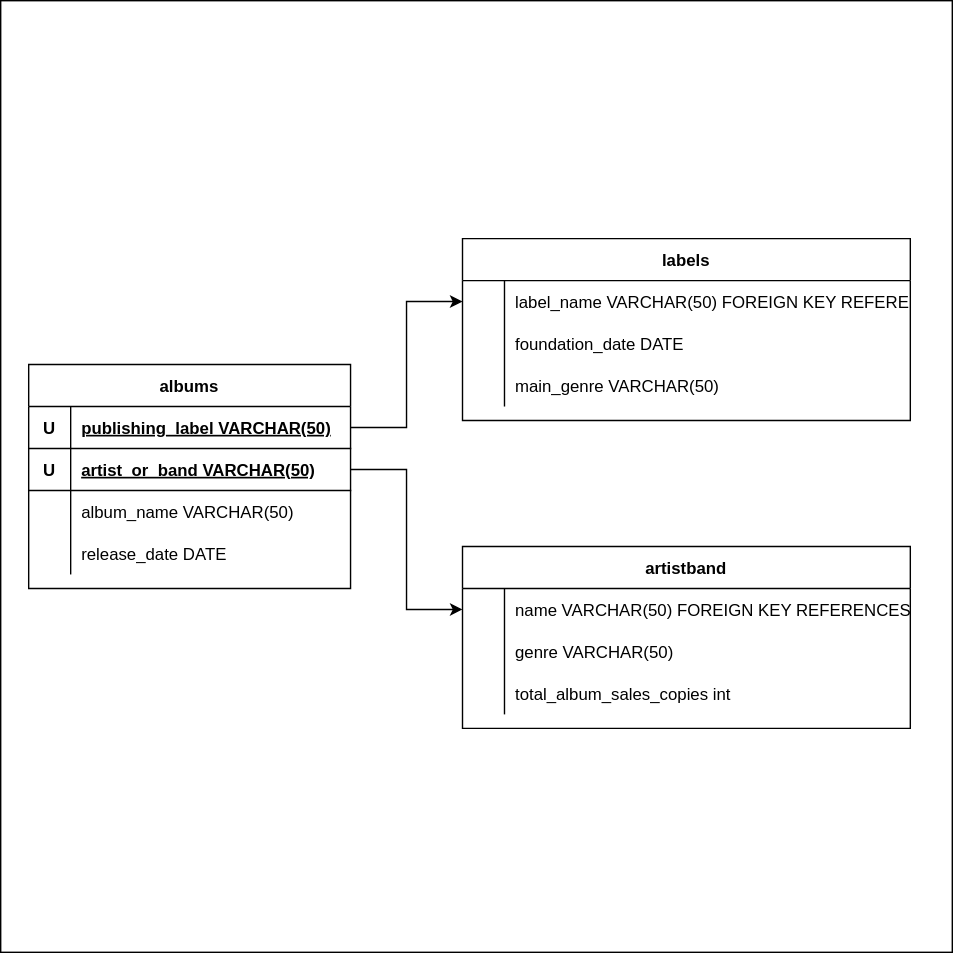
This is Planning.svg from obedlaws/SQL-My-Some-Of-My-Albums, a draw.io export, as it was before one commit. Source tidied: cells renumbered, new cells last; positions are measured from the earlier drawing's top-left corner, leaving out a move shared by most shapes. Its diagram source:
```xml
<mxGraphModel>
  <root>
    <mxCell id="0" />
    <mxCell id="1" parent="0" />
    <mxCell id="2" style="whiteSpace=wrap;html=1;" parent="1" vertex="1">
      <mxGeometry width="680" height="680" as="geometry" />
    </mxCell>
    <mxCell id="3" value="albums" style="shape=table;startSize=30;rowLines=0;fontStyle=1;align=center;" parent="1" vertex="1">
      <mxGeometry x="20" y="260" width="230" height="160" as="geometry" />
    </mxCell>
    <mxCell id="4" style="shape=tableRow;horizontal=0;startSize=0;swimlaneHead=0;swimlaneBody=0;fillColor=none;points=[[0,0.5],[1,0.5]];portConstraint=eastwest;top=0;left=0;right=0;bottom=1;" parent="3" vertex="1">
      <mxGeometry y="30" width="230" height="30" as="geometry" />
    </mxCell>
    <mxCell id="5" value="U" style="shape=partialRectangle;overflow=hidden;fillColor=none;top=0;left=0;bottom=0;right=0;fontStyle=1;" parent="4" vertex="1">
      <mxGeometry width="30" height="30" as="geometry" />
    </mxCell>
    <mxCell id="6" value="publishing_label VARCHAR(50)" style="shape=partialRectangle;overflow=hidden;fillColor=none;align=left;top=0;left=0;bottom=0;right=0;spacingLeft=6;fontStyle=5;" parent="4" vertex="1">
      <mxGeometry x="30" width="200" height="30" as="geometry" />
    </mxCell>
    <mxCell id="7" style="shape=tableRow;horizontal=0;startSize=0;swimlaneHead=0;swimlaneBody=0;fillColor=none;points=[[0,0.5],[1,0.5]];portConstraint=eastwest;top=0;left=0;right=0;bottom=1;" parent="3" vertex="1">
      <mxGeometry y="60" width="230" height="30" as="geometry" />
    </mxCell>
    <mxCell id="8" value="U" style="shape=partialRectangle;overflow=hidden;fillColor=none;top=0;left=0;bottom=0;right=0;fontStyle=1;" parent="7" vertex="1">
      <mxGeometry width="30" height="30" as="geometry" />
    </mxCell>
    <mxCell id="9" value="artist_or_band VARCHAR(50) " style="shape=partialRectangle;overflow=hidden;fillColor=none;align=left;top=0;left=0;bottom=0;right=0;spacingLeft=6;fontStyle=5;" parent="7" vertex="1">
      <mxGeometry x="30" width="200" height="30" as="geometry" />
    </mxCell>
    <mxCell id="10" style="shape=tableRow;horizontal=0;startSize=0;swimlaneHead=0;swimlaneBody=0;fillColor=none;top=0;left=0;right=0;bottom=0;" parent="3" vertex="1">
      <mxGeometry y="90" width="230" height="30" as="geometry" />
    </mxCell>
    <mxCell id="11" style="shape=partialRectangle;overflow=hidden;fillColor=none;top=0;left=0;bottom=0;right=0;" parent="10" vertex="1">
      <mxGeometry width="30" height="30" as="geometry" />
    </mxCell>
    <mxCell id="12" value="album_name VARCHAR(50)" style="shape=partialRectangle;overflow=hidden;fillColor=none;align=left;top=0;left=0;bottom=0;right=0;spacingLeft=6;" parent="10" vertex="1">
      <mxGeometry x="30" width="200" height="30" as="geometry" />
    </mxCell>
    <mxCell id="13" style="shape=tableRow;horizontal=0;startSize=0;swimlaneHead=0;swimlaneBody=0;fillColor=none;top=0;left=0;right=0;bottom=0;" parent="3" vertex="1">
      <mxGeometry y="120" width="230" height="30" as="geometry" />
    </mxCell>
    <mxCell id="14" style="shape=partialRectangle;overflow=hidden;fillColor=none;top=0;left=0;bottom=0;right=0;" parent="13" vertex="1">
      <mxGeometry width="30" height="30" as="geometry" />
    </mxCell>
    <mxCell id="15" value="release_date DATE" style="shape=partialRectangle;overflow=hidden;fillColor=none;align=left;top=0;left=0;bottom=0;right=0;spacingLeft=6;" parent="13" vertex="1">
      <mxGeometry x="30" width="200" height="30" as="geometry" />
    </mxCell>
    <mxCell id="16" value="labels" style="shape=table;startSize=30;rowLines=0;fontStyle=1;align=center;" parent="1" vertex="1">
      <mxGeometry x="330" y="170" width="320" height="130" as="geometry" />
    </mxCell>
    <mxCell id="17" style="shape=tableRow;horizontal=0;startSize=0;swimlaneHead=0;swimlaneBody=0;fillColor=none;points=[[0,0.5],[1,0.5]];portConstraint=eastwest;top=0;left=0;right=0;bottom=0;" parent="16" vertex="1">
      <mxGeometry y="30" width="320" height="30" as="geometry" />
    </mxCell>
    <mxCell id="18" style="shape=partialRectangle;overflow=hidden;fillColor=none;top=0;left=0;bottom=0;right=0;" parent="17" vertex="1">
      <mxGeometry width="30" height="30" as="geometry" />
    </mxCell>
    <mxCell id="19" value="label_name VARCHAR(50) FOREIGN KEY REFERENCES albums(publishing_label)" style="shape=partialRectangle;overflow=hidden;fillColor=none;align=left;top=0;left=0;bottom=0;right=0;spacingLeft=6;" parent="17" vertex="1">
      <mxGeometry x="30" width="290" height="30" as="geometry" />
    </mxCell>
    <mxCell id="20" style="shape=tableRow;horizontal=0;startSize=0;swimlaneHead=0;swimlaneBody=0;fillColor=none;top=0;left=0;right=0;bottom=0;" parent="16" vertex="1">
      <mxGeometry y="60" width="320" height="30" as="geometry" />
    </mxCell>
    <mxCell id="21" style="shape=partialRectangle;overflow=hidden;fillColor=none;top=0;left=0;bottom=0;right=0;" parent="20" vertex="1">
      <mxGeometry width="30" height="30" as="geometry" />
    </mxCell>
    <mxCell id="22" value="foundation_date DATE" style="shape=partialRectangle;overflow=hidden;fillColor=none;align=left;top=0;left=0;bottom=0;right=0;spacingLeft=6;" parent="20" vertex="1">
      <mxGeometry x="30" width="290" height="30" as="geometry" />
    </mxCell>
    <mxCell id="23" style="shape=tableRow;horizontal=0;startSize=0;swimlaneHead=0;swimlaneBody=0;fillColor=none;top=0;left=0;right=0;bottom=0;" parent="16" vertex="1">
      <mxGeometry y="90" width="320" height="30" as="geometry" />
    </mxCell>
    <mxCell id="24" style="shape=partialRectangle;overflow=hidden;fillColor=none;top=0;left=0;bottom=0;right=0;" parent="23" vertex="1">
      <mxGeometry width="30" height="30" as="geometry" />
    </mxCell>
    <mxCell id="25" value="main_genre VARCHAR(50)" style="shape=partialRectangle;overflow=hidden;fillColor=none;align=left;top=0;left=0;bottom=0;right=0;spacingLeft=6;" parent="23" vertex="1">
      <mxGeometry x="30" width="290" height="30" as="geometry" />
    </mxCell>
    <mxCell id="26" value="artistband" style="shape=table;startSize=30;rowLines=0;fontStyle=1;align=center;" parent="1" vertex="1">
      <mxGeometry x="330" y="390" width="320" height="130" as="geometry" />
    </mxCell>
    <mxCell id="27" style="shape=tableRow;horizontal=0;startSize=0;swimlaneHead=0;swimlaneBody=0;fillColor=none;points=[[0,0.5],[1,0.5]];portConstraint=eastwest;top=0;left=0;right=0;bottom=0;" parent="26" vertex="1">
      <mxGeometry y="30" width="320" height="30" as="geometry" />
    </mxCell>
    <mxCell id="28" style="shape=partialRectangle;overflow=hidden;fillColor=none;top=0;left=0;bottom=0;right=0;" parent="27" vertex="1">
      <mxGeometry width="30" height="30" as="geometry" />
    </mxCell>
    <mxCell id="29" value="name VARCHAR(50) FOREIGN KEY REFERENCES albums()" style="shape=partialRectangle;overflow=hidden;fillColor=none;align=left;top=0;left=0;bottom=0;right=0;spacingLeft=6;" parent="27" vertex="1">
      <mxGeometry x="30" width="290" height="30" as="geometry" />
    </mxCell>
    <mxCell id="30" style="shape=tableRow;horizontal=0;startSize=0;swimlaneHead=0;swimlaneBody=0;fillColor=none;top=0;left=0;right=0;bottom=0;" parent="26" vertex="1">
      <mxGeometry y="60" width="320" height="30" as="geometry" />
    </mxCell>
    <mxCell id="31" style="shape=partialRectangle;overflow=hidden;fillColor=none;top=0;left=0;bottom=0;right=0;" parent="30" vertex="1">
      <mxGeometry width="30" height="30" as="geometry" />
    </mxCell>
    <mxCell id="32" value="genre VARCHAR(50)" style="shape=partialRectangle;overflow=hidden;fillColor=none;align=left;top=0;left=0;bottom=0;right=0;spacingLeft=6;" parent="30" vertex="1">
      <mxGeometry x="30" width="290" height="30" as="geometry" />
    </mxCell>
    <mxCell id="33" style="shape=tableRow;horizontal=0;startSize=0;swimlaneHead=0;swimlaneBody=0;fillColor=none;top=0;left=0;right=0;bottom=0;" parent="26" vertex="1">
      <mxGeometry y="90" width="320" height="30" as="geometry" />
    </mxCell>
    <mxCell id="34" style="shape=partialRectangle;overflow=hidden;fillColor=none;top=0;left=0;bottom=0;right=0;" parent="33" vertex="1">
      <mxGeometry width="30" height="30" as="geometry" />
    </mxCell>
    <mxCell id="35" value="total_album_sales_copies int" style="shape=partialRectangle;overflow=hidden;fillColor=none;align=left;top=0;left=0;bottom=0;right=0;spacingLeft=6;" parent="33" vertex="1">
      <mxGeometry x="30" width="290" height="30" as="geometry" />
    </mxCell>
    <mxCell id="36" style="edgeStyle=orthogonalEdgeStyle;rounded=0;jettySize=auto;html=1;" parent="1" edge="1" source="7" target="27">
      <mxGeometry relative="1" as="geometry" />
    </mxCell>
    <mxCell id="37" style="edgeStyle=orthogonalEdgeStyle;rounded=0;jettySize=auto;html=1;exitX=1;exitY=0.5;exitDx=0;exitDy=0;" parent="1" edge="1" source="4" target="17">
      <mxGeometry relative="1" as="geometry" />
    </mxCell>
  </root>
</mxGraphModel>
```
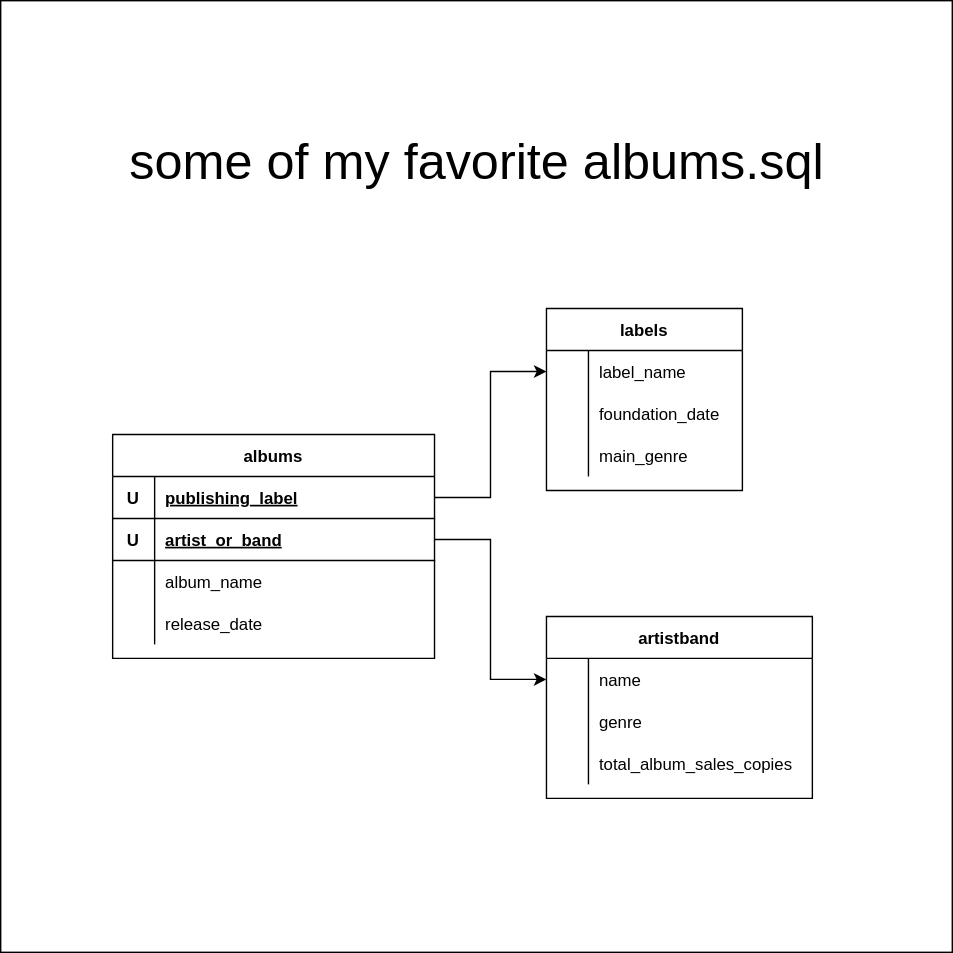
After the change.

Diff of the diagram source:
```diff
@@ -3,7 +3,7 @@
     <mxCell id="0" />
     <mxCell id="1" parent="0" />
     <mxCell id="2" style="whiteSpace=wrap;html=1;" parent="1" vertex="1">
-      <mxGeometry width="680" height="680" as="geometry" />
+      <mxGeometry x="-60" y="-50" width="680" height="680" as="geometry" />
     </mxCell>
     <mxCell id="3" value="albums" style="shape=table;startSize=30;rowLines=0;fontStyle=1;align=center;" parent="1" vertex="1">
       <mxGeometry x="20" y="260" width="230" height="160" as="geometry" />
@@ -14,7 +14,7 @@
     <mxCell id="5" value="U" style="shape=partialRectangle;overflow=hidden;fillColor=none;top=0;left=0;bottom=0;right=0;fontStyle=1;" parent="4" vertex="1">
       <mxGeometry width="30" height="30" as="geometry" />
     </mxCell>
-    <mxCell id="6" value="publishing_label VARCHAR(50)" style="shape=partialRectangle;overflow=hidden;fillColor=none;align=left;top=0;left=0;bottom=0;right=0;spacingLeft=6;fontStyle=5;" parent="4" vertex="1">
+    <mxCell id="6" value="publishing_label" style="shape=partialRectangle;overflow=hidden;fillColor=none;align=left;top=0;left=0;bottom=0;right=0;spacingLeft=6;fontStyle=5;" parent="4" vertex="1">
       <mxGeometry x="30" width="200" height="30" as="geometry" />
     </mxCell>
     <mxCell id="7" style="shape=tableRow;horizontal=0;startSize=0;swimlaneHead=0;swimlaneBody=0;fillColor=none;points=[[0,0.5],[1,0.5]];portConstraint=eastwest;top=0;left=0;right=0;bottom=1;" parent="3" vertex="1">
@@ -23,7 +23,7 @@
     <mxCell id="8" value="U" style="shape=partialRectangle;overflow=hidden;fillColor=none;top=0;left=0;bottom=0;right=0;fontStyle=1;" parent="7" vertex="1">
       <mxGeometry width="30" height="30" as="geometry" />
     </mxCell>
-    <mxCell id="9" value="artist_or_band VARCHAR(50) " style="shape=partialRectangle;overflow=hidden;fillColor=none;align=left;top=0;left=0;bottom=0;right=0;spacingLeft=6;fontStyle=5;" parent="7" vertex="1">
+    <mxCell id="9" value="artist_or_band" style="shape=partialRectangle;overflow=hidden;fillColor=none;align=left;top=0;left=0;bottom=0;right=0;spacingLeft=6;fontStyle=5;" parent="7" vertex="1">
       <mxGeometry x="30" width="200" height="30" as="geometry" />
     </mxCell>
     <mxCell id="10" style="shape=tableRow;horizontal=0;startSize=0;swimlaneHead=0;swimlaneBody=0;fillColor=none;top=0;left=0;right=0;bottom=0;" parent="3" vertex="1">
@@ -32,7 +32,7 @@
     <mxCell id="11" style="shape=partialRectangle;overflow=hidden;fillColor=none;top=0;left=0;bottom=0;right=0;" parent="10" vertex="1">
       <mxGeometry width="30" height="30" as="geometry" />
     </mxCell>
-    <mxCell id="12" value="album_name VARCHAR(50)" style="shape=partialRectangle;overflow=hidden;fillColor=none;align=left;top=0;left=0;bottom=0;right=0;spacingLeft=6;" parent="10" vertex="1">
+    <mxCell id="12" value="album_name" style="shape=partialRectangle;overflow=hidden;fillColor=none;align=left;top=0;left=0;bottom=0;right=0;spacingLeft=6;" parent="10" vertex="1">
       <mxGeometry x="30" width="200" height="30" as="geometry" />
     </mxCell>
     <mxCell id="13" style="shape=tableRow;horizontal=0;startSize=0;swimlaneHead=0;swimlaneBody=0;fillColor=none;top=0;left=0;right=0;bottom=0;" parent="3" vertex="1">
@@ -41,68 +41,68 @@
     <mxCell id="14" style="shape=partialRectangle;overflow=hidden;fillColor=none;top=0;left=0;bottom=0;right=0;" parent="13" vertex="1">
       <mxGeometry width="30" height="30" as="geometry" />
     </mxCell>
-    <mxCell id="15" value="release_date DATE" style="shape=partialRectangle;overflow=hidden;fillColor=none;align=left;top=0;left=0;bottom=0;right=0;spacingLeft=6;" parent="13" vertex="1">
+    <mxCell id="15" value="release_date" style="shape=partialRectangle;overflow=hidden;fillColor=none;align=left;top=0;left=0;bottom=0;right=0;spacingLeft=6;" parent="13" vertex="1">
       <mxGeometry x="30" width="200" height="30" as="geometry" />
     </mxCell>
     <mxCell id="16" value="labels" style="shape=table;startSize=30;rowLines=0;fontStyle=1;align=center;" parent="1" vertex="1">
-      <mxGeometry x="330" y="170" width="320" height="130" as="geometry" />
+      <mxGeometry x="330" y="170" width="140" height="130" as="geometry" />
     </mxCell>
     <mxCell id="17" style="shape=tableRow;horizontal=0;startSize=0;swimlaneHead=0;swimlaneBody=0;fillColor=none;points=[[0,0.5],[1,0.5]];portConstraint=eastwest;top=0;left=0;right=0;bottom=0;" parent="16" vertex="1">
-      <mxGeometry y="30" width="320" height="30" as="geometry" />
+      <mxGeometry y="30" width="140" height="30" as="geometry" />
     </mxCell>
     <mxCell id="18" style="shape=partialRectangle;overflow=hidden;fillColor=none;top=0;left=0;bottom=0;right=0;" parent="17" vertex="1">
       <mxGeometry width="30" height="30" as="geometry" />
     </mxCell>
-    <mxCell id="19" value="label_name VARCHAR(50) FOREIGN KEY REFERENCES albums(publishing_label)" style="shape=partialRectangle;overflow=hidden;fillColor=none;align=left;top=0;left=0;bottom=0;right=0;spacingLeft=6;" parent="17" vertex="1">
-      <mxGeometry x="30" width="290" height="30" as="geometry" />
+    <mxCell id="19" value="label_name " style="shape=partialRectangle;overflow=hidden;fillColor=none;align=left;top=0;left=0;bottom=0;right=0;spacingLeft=6;" parent="17" vertex="1">
+      <mxGeometry x="30" width="110" height="30" as="geometry" />
     </mxCell>
     <mxCell id="20" style="shape=tableRow;horizontal=0;startSize=0;swimlaneHead=0;swimlaneBody=0;fillColor=none;top=0;left=0;right=0;bottom=0;" parent="16" vertex="1">
-      <mxGeometry y="60" width="320" height="30" as="geometry" />
+      <mxGeometry y="60" width="140" height="30" as="geometry" />
     </mxCell>
     <mxCell id="21" style="shape=partialRectangle;overflow=hidden;fillColor=none;top=0;left=0;bottom=0;right=0;" parent="20" vertex="1">
       <mxGeometry width="30" height="30" as="geometry" />
     </mxCell>
-    <mxCell id="22" value="foundation_date DATE" style="shape=partialRectangle;overflow=hidden;fillColor=none;align=left;top=0;left=0;bottom=0;right=0;spacingLeft=6;" parent="20" vertex="1">
-      <mxGeometry x="30" width="290" height="30" as="geometry" />
+    <mxCell id="22" value="foundation_date" style="shape=partialRectangle;overflow=hidden;fillColor=none;align=left;top=0;left=0;bottom=0;right=0;spacingLeft=6;" parent="20" vertex="1">
+      <mxGeometry x="30" width="110" height="30" as="geometry" />
     </mxCell>
     <mxCell id="23" style="shape=tableRow;horizontal=0;startSize=0;swimlaneHead=0;swimlaneBody=0;fillColor=none;top=0;left=0;right=0;bottom=0;" parent="16" vertex="1">
-      <mxGeometry y="90" width="320" height="30" as="geometry" />
+      <mxGeometry y="90" width="140" height="30" as="geometry" />
     </mxCell>
     <mxCell id="24" style="shape=partialRectangle;overflow=hidden;fillColor=none;top=0;left=0;bottom=0;right=0;" parent="23" vertex="1">
       <mxGeometry width="30" height="30" as="geometry" />
     </mxCell>
-    <mxCell id="25" value="main_genre VARCHAR(50)" style="shape=partialRectangle;overflow=hidden;fillColor=none;align=left;top=0;left=0;bottom=0;right=0;spacingLeft=6;" parent="23" vertex="1">
-      <mxGeometry x="30" width="290" height="30" as="geometry" />
+    <mxCell id="25" value="main_genre" style="shape=partialRectangle;overflow=hidden;fillColor=none;align=left;top=0;left=0;bottom=0;right=0;spacingLeft=6;" parent="23" vertex="1">
+      <mxGeometry x="30" width="110" height="30" as="geometry" />
     </mxCell>
     <mxCell id="26" value="artistband" style="shape=table;startSize=30;rowLines=0;fontStyle=1;align=center;" parent="1" vertex="1">
-      <mxGeometry x="330" y="390" width="320" height="130" as="geometry" />
+      <mxGeometry x="330" y="390" width="190" height="130" as="geometry" />
     </mxCell>
     <mxCell id="27" style="shape=tableRow;horizontal=0;startSize=0;swimlaneHead=0;swimlaneBody=0;fillColor=none;points=[[0,0.5],[1,0.5]];portConstraint=eastwest;top=0;left=0;right=0;bottom=0;" parent="26" vertex="1">
-      <mxGeometry y="30" width="320" height="30" as="geometry" />
+      <mxGeometry y="30" width="190" height="30" as="geometry" />
     </mxCell>
     <mxCell id="28" style="shape=partialRectangle;overflow=hidden;fillColor=none;top=0;left=0;bottom=0;right=0;" parent="27" vertex="1">
       <mxGeometry width="30" height="30" as="geometry" />
     </mxCell>
-    <mxCell id="29" value="name VARCHAR(50) FOREIGN KEY REFERENCES albums()" style="shape=partialRectangle;overflow=hidden;fillColor=none;align=left;top=0;left=0;bottom=0;right=0;spacingLeft=6;" parent="27" vertex="1">
-      <mxGeometry x="30" width="290" height="30" as="geometry" />
+    <mxCell id="29" value="name" style="shape=partialRectangle;overflow=hidden;fillColor=none;align=left;top=0;left=0;bottom=0;right=0;spacingLeft=6;" parent="27" vertex="1">
+      <mxGeometry x="30" width="160" height="30" as="geometry" />
     </mxCell>
     <mxCell id="30" style="shape=tableRow;horizontal=0;startSize=0;swimlaneHead=0;swimlaneBody=0;fillColor=none;top=0;left=0;right=0;bottom=0;" parent="26" vertex="1">
-      <mxGeometry y="60" width="320" height="30" as="geometry" />
+      <mxGeometry y="60" width="190" height="30" as="geometry" />
     </mxCell>
     <mxCell id="31" style="shape=partialRectangle;overflow=hidden;fillColor=none;top=0;left=0;bottom=0;right=0;" parent="30" vertex="1">
       <mxGeometry width="30" height="30" as="geometry" />
     </mxCell>
-    <mxCell id="32" value="genre VARCHAR(50)" style="shape=partialRectangle;overflow=hidden;fillColor=none;align=left;top=0;left=0;bottom=0;right=0;spacingLeft=6;" parent="30" vertex="1">
-      <mxGeometry x="30" width="290" height="30" as="geometry" />
+    <mxCell id="32" value="genre" style="shape=partialRectangle;overflow=hidden;fillColor=none;align=left;top=0;left=0;bottom=0;right=0;spacingLeft=6;" parent="30" vertex="1">
+      <mxGeometry x="30" width="160" height="30" as="geometry" />
     </mxCell>
     <mxCell id="33" style="shape=tableRow;horizontal=0;startSize=0;swimlaneHead=0;swimlaneBody=0;fillColor=none;top=0;left=0;right=0;bottom=0;" parent="26" vertex="1">
-      <mxGeometry y="90" width="320" height="30" as="geometry" />
+      <mxGeometry y="90" width="190" height="30" as="geometry" />
     </mxCell>
     <mxCell id="34" style="shape=partialRectangle;overflow=hidden;fillColor=none;top=0;left=0;bottom=0;right=0;" parent="33" vertex="1">
       <mxGeometry width="30" height="30" as="geometry" />
     </mxCell>
-    <mxCell id="35" value="total_album_sales_copies int" style="shape=partialRectangle;overflow=hidden;fillColor=none;align=left;top=0;left=0;bottom=0;right=0;spacingLeft=6;" parent="33" vertex="1">
-      <mxGeometry x="30" width="290" height="30" as="geometry" />
+    <mxCell id="35" value="total_album_sales_copies" style="shape=partialRectangle;overflow=hidden;fillColor=none;align=left;top=0;left=0;bottom=0;right=0;spacingLeft=6;" parent="33" vertex="1">
+      <mxGeometry x="30" width="160" height="30" as="geometry" />
     </mxCell>
     <mxCell id="36" style="edgeStyle=orthogonalEdgeStyle;rounded=0;jettySize=auto;html=1;" parent="1" edge="1" source="7" target="27">
       <mxGeometry relative="1" as="geometry" />
@@ -110,5 +110,8 @@
     <mxCell id="37" style="edgeStyle=orthogonalEdgeStyle;rounded=0;jettySize=auto;html=1;exitX=1;exitY=0.5;exitDx=0;exitDy=0;" parent="1" edge="1" source="4" target="17">
       <mxGeometry relative="1" as="geometry" />
     </mxCell>
+    <mxCell id="38" value="&lt;font style=&quot;font-size: 36px&quot;&gt;some of my favorite albums.sql&lt;/font&gt;" style="text;html=1;align=center;verticalAlign=middle;fillColor=none;strokeColor=none;rounded=0;" parent="1" vertex="1">
+      <mxGeometry x="25" y="50" width="510" height="30" as="geometry" />
+    </mxCell>
   </root>
 </mxGraphModel>
```
